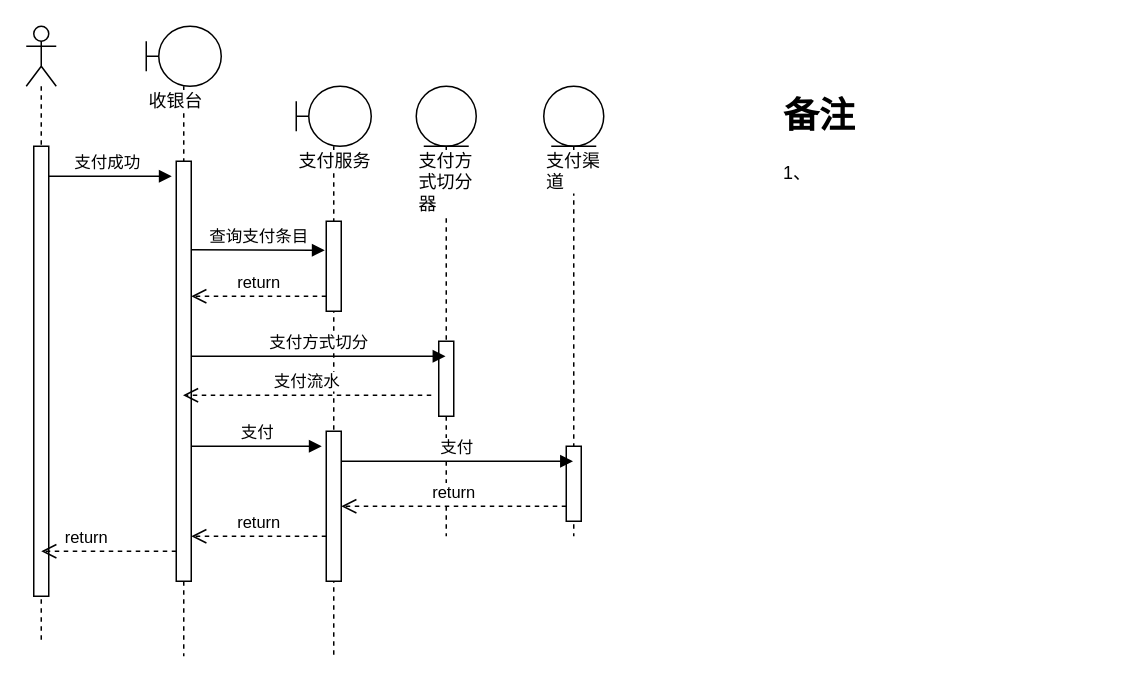
This is page "支付回调" (6 of 7) of 支付中心.drawio from NonePro/UML, a draw.io file, before an edit. Source tidied: cells renumbered, new cells numbered last; positions are measured from the earlier drawing's top-left corner, leaving out a move shared by most shapes. Both pictures are drawn from the tidied source at 150%, with x=0, y=0 at pixel (26, 26).
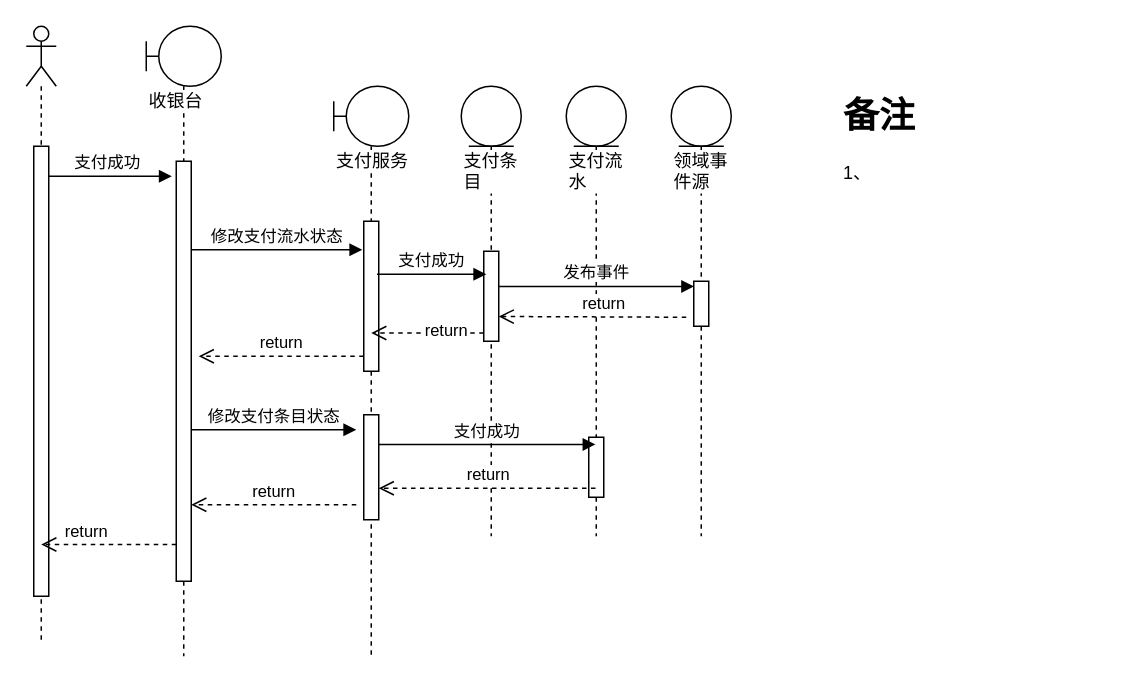
Above is the later version.

Commit message:
支付成功广播

What changed in the source:
```diff
@@
-    <mxCell id="7" value="支付方式切分器" style="shape=umlLifeline;participant=umlEntity;perimeter=lifelinePerimeter;whiteSpace=wrap;html=1;verticalAlign=top;spacingTop=36;labelBackgroundColor=#ffffff;outlineConnect=0;align=left;" parent="1" vertex="1">
-      <mxGeometry x="260" y="40" width="40" height="300" as="geometry" />
-    </mxCell>
-    <mxCell id="8" style="html=1;perimeter=orthogonalPerimeter;align=left;" parent="7" vertex="1">
-      <mxGeometry x="15" y="170" width="10" height="50" as="geometry" />
-    </mxCell>
-    <mxCell id="9" value="查询支付条目" style="html=1;verticalAlign=bottom;endArrow=block;entryX=-0.1;entryY=0.322;entryDx=0;entryDy=0;entryPerimeter=0;" parent="1" edge="1" target="11">
+    <mxCell id="9" value="修改支付流水状态" style="html=1;verticalAlign=bottom;endArrow=block;" parent="1" edge="1">
       <mxGeometry relative="1" as="geometry">
         <mxPoint x="110" y="149" as="sourcePoint" />
+        <mxPoint x="224" y="149" as="targetPoint" />
       </mxGeometry>
     </mxCell>
     <mxCell id="10" value="&lt;div style=&quot;text-align: center&quot;&gt;支付服务&lt;/div&gt;" style="shape=umlLifeline;participant=umlBoundary;perimeter=lifelinePerimeter;whiteSpace=wrap;html=1;verticalAlign=top;spacingTop=36;labelBackgroundColor=#ffffff;align=left;" parent="1" vertex="1">
-      <mxGeometry x="180" y="40" width="50" height="380" as="geometry" />
+      <mxGeometry x="205" y="40" width="50" height="380" as="geometry" />
     </mxCell>
     <mxCell id="11" style="html=1;points=[];perimeter=orthogonalPerimeter;align=left;" parent="10" vertex="1">
-      <mxGeometry x="20" y="90" width="10" height="60" as="geometry" />
+      <mxGeometry x="20" y="90" width="10" height="100" as="geometry" />
     </mxCell>
     <mxCell id="12" style="html=1;perimeter=orthogonalPerimeter;align=left;" parent="10" vertex="1">
-      <mxGeometry x="20" y="230" width="10" height="100" as="geometry" />
+      <mxGeometry x="20" y="219" width="10" height="70" as="geometry" />
     </mxCell>
     <mxCell id="13" value="return" style="html=1;verticalAlign=bottom;endArrow=open;dashed=1;endSize=8;" parent="1" edge="1">
       <mxGeometry relative="1" as="geometry">
-        <mxPoint x="200" y="180" as="sourcePoint" />
-        <mxPoint x="110" y="180" as="targetPoint" />
+        <mxPoint x="225" y="220" as="sourcePoint" />
+        <mxPoint x="115" y="220" as="targetPoint" />
       </mxGeometry>
     </mxCell>
-    <mxCell id="14" value="支付方式切分" style="html=1;verticalAlign=bottom;endArrow=block;" parent="1" edge="1" target="7">
-      <mxGeometry relative="1" as="geometry">
-        <mxPoint x="110" y="220" as="sourcePoint" />
-      </mxGeometry>
-    </mxCell>
-    <mxCell id="15" value="支付流水" style="html=1;verticalAlign=bottom;endArrow=open;dashed=1;endSize=8;" parent="1" edge="1">
-      <mxGeometry relative="1" as="geometry">
-        <mxPoint x="270" y="246" as="sourcePoint" />
-        <mxPoint x="104.5" y="246" as="targetPoint" />
-      </mxGeometry>
-    </mxCell>
-    <mxCell id="16" value="支付" style="html=1;verticalAlign=bottom;endArrow=block;" parent="1" edge="1">
+    <mxCell id="16" value="修改支付条目状态" style="html=1;verticalAlign=bottom;endArrow=block;" parent="1" edge="1">
       <mxGeometry relative="1" as="geometry">
-        <mxPoint x="110" y="280" as="sourcePoint" />
-        <mxPoint x="197" y="280" as="targetPoint" />
+        <mxPoint x="110" y="269" as="sourcePoint" />
+        <mxPoint x="220" y="269" as="targetPoint" />
       </mxGeometry>
     </mxCell>
-    <mxCell id="17" value="支付渠道" style="shape=umlLifeline;participant=umlEntity;perimeter=lifelinePerimeter;whiteSpace=wrap;html=1;verticalAlign=top;spacingTop=36;labelBackgroundColor=#ffffff;outlineConnect=0;align=left;" parent="1" vertex="1">
-      <mxGeometry x="345" y="40" width="40" height="300" as="geometry" />
-    </mxCell>
-    <mxCell id="18" style="html=1;perimeter=orthogonalPerimeter;align=left;" parent="17" vertex="1">
-      <mxGeometry x="15" y="240" width="10" height="50" as="geometry" />
-    </mxCell>
-    <mxCell id="19" value="支付" style="html=1;verticalAlign=bottom;endArrow=block;" parent="1" edge="1" target="17">
-      <mxGeometry relative="1" as="geometry">
-        <mxPoint x="210" y="290" as="sourcePoint" />
-      </mxGeometry>
-    </mxCell>
-    <mxCell id="20" value="return" style="html=1;verticalAlign=bottom;endArrow=open;dashed=1;endSize=8;" parent="1" edge="1">
-      <mxGeometry relative="1" as="geometry">
-        <mxPoint x="360" y="320" as="sourcePoint" />
-        <mxPoint x="210" y="320" as="targetPoint" />
-      </mxGeometry>
-    </mxCell>
     <mxCell id="21" value="return" style="html=1;verticalAlign=bottom;endArrow=open;dashed=1;endSize=8;" parent="1" edge="1">
       <mxGeometry relative="1" as="geometry">
-        <mxPoint x="200" y="340" as="sourcePoint" />
-        <mxPoint x="110" y="340" as="targetPoint" />
+        <mxPoint x="220" y="319" as="sourcePoint" />
+        <mxPoint x="110" y="319" as="targetPoint" />
       </mxGeometry>
     </mxCell>
     <mxCell id="22" value="return" style="html=1;verticalAlign=bottom;endArrow=open;dashed=1;endSize=8;" parent="1" edge="1">
       <mxGeometry x="0.33" relative="1" as="geometry">
-        <mxPoint x="100" y="350" as="sourcePoint" />
-        <mxPoint x="10" y="350" as="targetPoint" />
+        <mxPoint x="100" y="345.5" as="sourcePoint" />
+        <mxPoint x="10" y="345.5" as="targetPoint" />
       </mxGeometry>
     </mxCell>
     <mxCell id="23" value="&lt;h1&gt;备注&lt;/h1&gt;&lt;p&gt;1、&lt;/p&gt;" style="text;html=1;strokeColor=none;fillColor=none;spacing=5;spacingTop=-20;whiteSpace=wrap;overflow=hidden;rounded=0;align=left;" parent="1" vertex="1">
-      <mxGeometry x="500" y="40" width="190" height="120" as="geometry" />
+      <mxGeometry x="540" y="40" width="190" height="120" as="geometry" />
     </mxCell>
+    <mxCell id="24" value="支付条目" style="shape=umlLifeline;participant=umlEntity;perimeter=lifelinePerimeter;whiteSpace=wrap;html=1;verticalAlign=top;spacingTop=36;labelBackgroundColor=#ffffff;align=left;" parent="1" vertex="1">
+      <mxGeometry x="290" y="40" width="40" height="300" as="geometry" />
+    </mxCell>
+    <mxCell id="25" style="html=1;points=[];perimeter=orthogonalPerimeter;align=left;" parent="24" vertex="1">
+      <mxGeometry x="15" y="110" width="10" height="60" as="geometry" />
+    </mxCell>
+    <mxCell id="15" value="支付流水" style="shape=umlLifeline;participant=umlEntity;perimeter=lifelinePerimeter;whiteSpace=wrap;html=1;verticalAlign=top;spacingTop=36;labelBackgroundColor=#ffffff;align=left;" parent="1" vertex="1">
+      <mxGeometry x="360" y="40" width="40" height="300" as="geometry" />
+    </mxCell>
+    <mxCell id="26" style="html=1;perimeter=orthogonalPerimeter;align=left;" parent="15" vertex="1">
+      <mxGeometry x="15" y="234" width="10" height="40" as="geometry" />
+    </mxCell>
+    <mxCell id="27" value="return" style="html=1;verticalAlign=bottom;endArrow=open;dashed=1;endSize=8;" parent="1" edge="1">
+      <mxGeometry x="-0.33" y="7" relative="1" as="geometry">
+        <mxPoint x="305" y="204.5" as="sourcePoint" />
+        <mxPoint x="230" y="204.5" as="targetPoint" />
+      </mxGeometry>
+    </mxCell>
+    <mxCell id="28" value="支付成功" style="html=1;verticalAlign=bottom;endArrow=block;exitX=0.881;exitY=0.403;exitDx=0;exitDy=0;exitPerimeter=0;" parent="1" edge="1">
+      <mxGeometry relative="1" as="geometry">
+        <mxPoint x="235" y="278.8" as="sourcePoint" />
+        <mxPoint x="379.5" y="278.8" as="targetPoint" />
+      </mxGeometry>
+    </mxCell>
+    <mxCell id="29" value="return" style="html=1;verticalAlign=bottom;endArrow=open;dashed=1;endSize=8;" parent="1" edge="1">
+      <mxGeometry relative="1" as="geometry">
+        <mxPoint x="379.5" y="308" as="sourcePoint" />
+        <mxPoint x="235" y="308" as="targetPoint" />
+        <Array as="points">
+          <mxPoint x="285" y="308" />
+        </Array>
+      </mxGeometry>
+    </mxCell>
+    <mxCell id="30" value="领域事件源" style="shape=umlLifeline;participant=umlEntity;perimeter=lifelinePerimeter;whiteSpace=wrap;html=1;verticalAlign=top;spacingTop=36;labelBackgroundColor=#ffffff;align=left;" parent="1" vertex="1">
+      <mxGeometry x="430" y="40" width="40" height="300" as="geometry" />
+    </mxCell>
+    <mxCell id="31" style="html=1;points=[];perimeter=orthogonalPerimeter;align=left;" parent="30" vertex="1">
+      <mxGeometry x="15" y="130" width="10" height="30" as="geometry" />
+    </mxCell>
+    <mxCell id="32" value="支付成功" style="html=1;verticalAlign=bottom;endArrow=block;exitX=0.881;exitY=0.354;exitDx=0;exitDy=0;exitPerimeter=0;entryX=0.167;entryY=0.256;entryDx=0;entryDy=0;entryPerimeter=0;" parent="1" edge="1" source="11" target="25">
+      <mxGeometry relative="1" as="geometry" />
+    </mxCell>
+    <mxCell id="33" value="发布事件" style="html=1;verticalAlign=bottom;endArrow=block;exitX=1.024;exitY=0.391;exitDx=0;exitDy=0;exitPerimeter=0;entryX=0.024;entryY=0.115;entryDx=0;entryDy=0;entryPerimeter=0;" parent="1" edge="1" source="25" target="31">
+      <mxGeometry relative="1" as="geometry" />
+    </mxCell>
+    <mxCell id="34" value="return" style="html=1;verticalAlign=bottom;endArrow=open;dashed=1;endSize=8;" parent="1" edge="1">
+      <mxGeometry x="-0.12" relative="1" as="geometry">
+        <mxPoint x="440" y="194" as="sourcePoint" />
+        <mxPoint x="315" y="193.5" as="targetPoint" />
+      </mxGeometry>
+    </mxCell>
```
